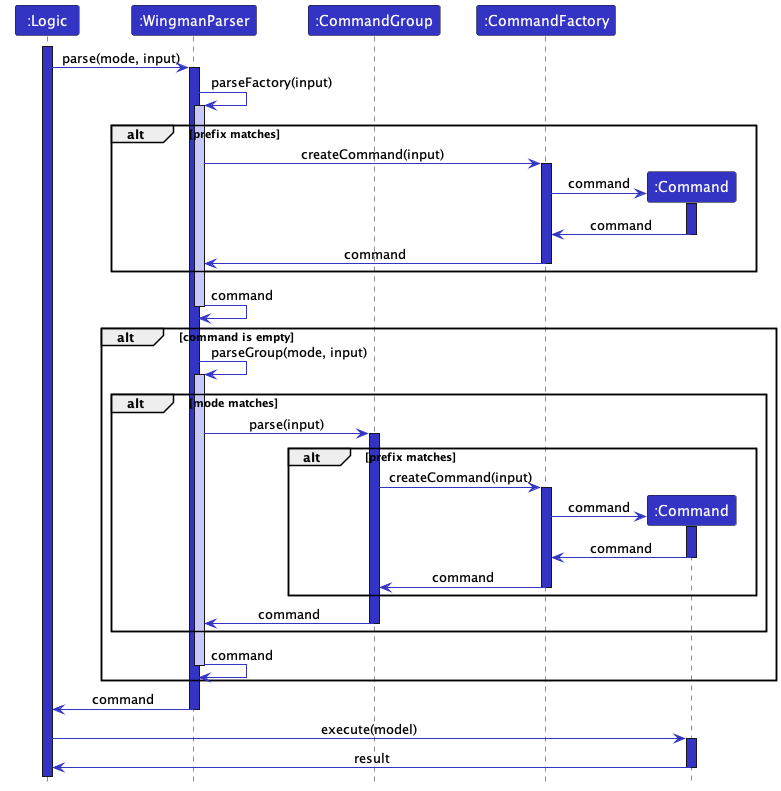
Earlier version of the PlantUML export docs/images/ParserLogicSequenceDiagram.png (nus-cs2103-AY2223S2/tp).
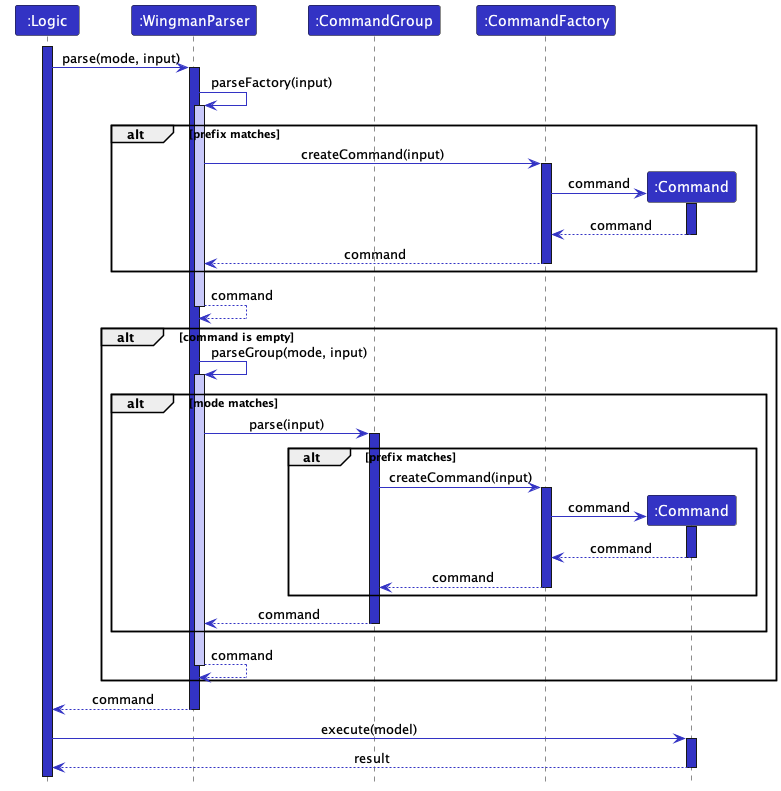
Later version of the same file.

Commit message:
fix uml for `ParserLogicSequenceDiagram`

What changed in the source:
```diff
@@ -17,12 +17,12 @@
 create command
 factory -[LOGIC_COLOR]> command : command
 activate command LOGIC_COLOR
-command -[LOGIC_COLOR]> factory : command
+command --[LOGIC_COLOR]> factory : command
 deactivate command
-factory -[LOGIC_COLOR]> parser : command
+factory --[LOGIC_COLOR]> parser : command
 deactivate factory
 end
-parser -[LOGIC_COLOR]> parser : command
+parser --[LOGIC_COLOR]> parser : command
 deactivate parser
 alt command is empty
 parser -[LOGIC_COLOR]> parser : parseGroup(mode, input)
@@ -36,21 +36,21 @@
 create command
 factory -[LOGIC_COLOR]> command : command
 activate command LOGIC_COLOR
-command -[LOGIC_COLOR]> factory : command
+command --[LOGIC_COLOR]> factory : command
 deactivate command
-factory -[LOGIC_COLOR]> gp : command
+factory --[LOGIC_COLOR]> gp : command
 deactivate factory
 end
-gp -[LOGIC_COLOR]> parser : command
+gp --[LOGIC_COLOR]> parser : command
 deactivate gp
 end
-parser -[LOGIC_COLOR]> parser : command
+parser --[LOGIC_COLOR]> parser : command
 deactivate parser
 end
-parser -[LOGIC_COLOR]> logic : command
+parser --[LOGIC_COLOR]> logic : command
 deactivate parser
 logic -[LOGIC_COLOR]> command : execute(model)
 activate command LOGIC_COLOR
-command -[LOGIC_COLOR]> logic : result
+command --[LOGIC_COLOR]> logic : result
 deactivate command
 @enduml
```
